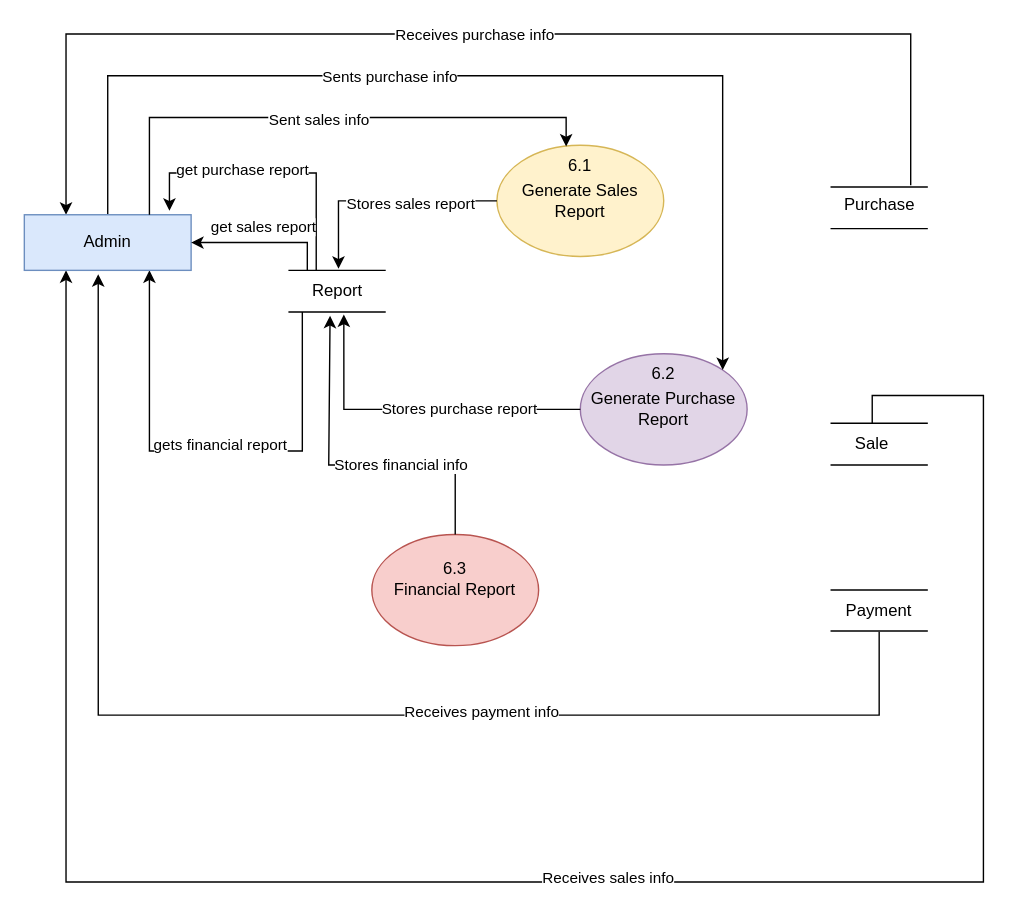
pawal-karki/DRAW.IO keeps this draw.io diagram as Report Generation Level 2.drawio. Above is the earlier version. Source tidied: cells renumbered, new cells numbered last; positions are measured from the earlier drawing's top-left corner, leaving out a move shared by most shapes. Both pictures are drawn from the tidied source at 139%, with x=0, y=0 at pixel (24, 33).
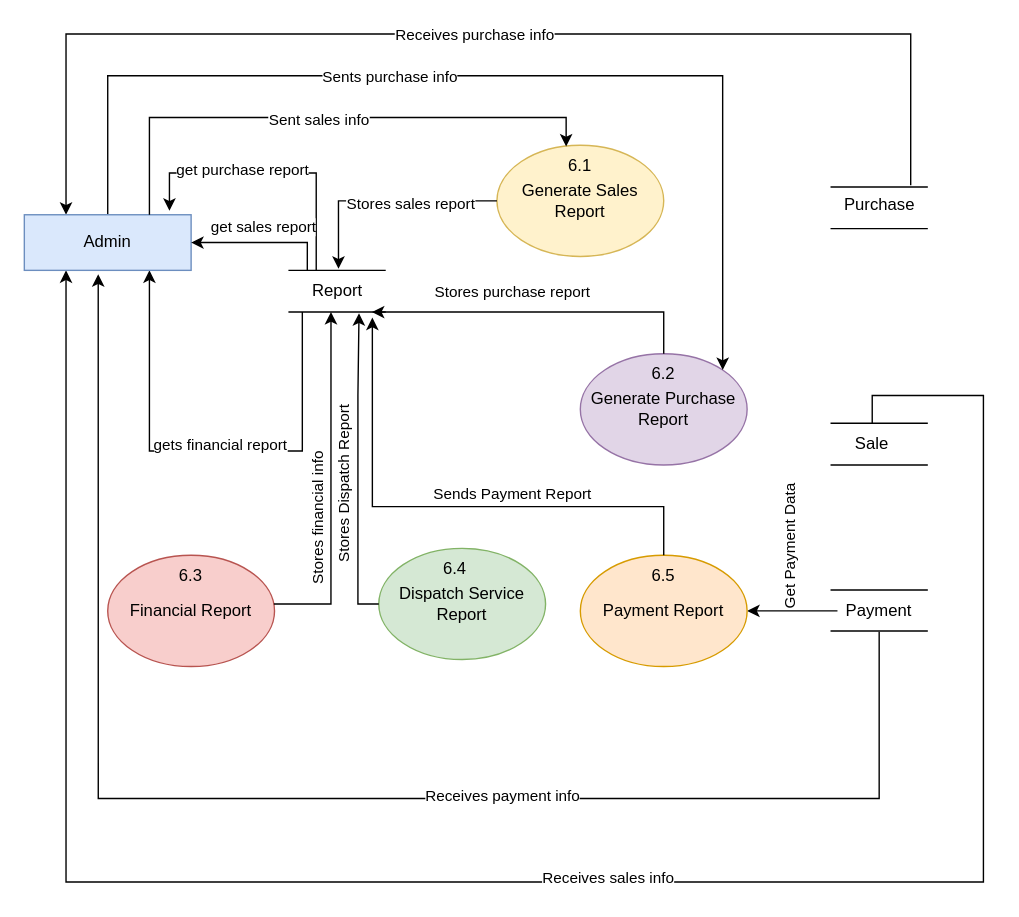
Above is the later version.

Unchanged cells that the change refers to:
```xml
<mxCell id="3" value="Generate Purchase Report" style="ellipse;whiteSpace=wrap;html=1;fillColor=#e1d5e7;strokeColor=#9673a6;" parent="1" vertex="1">
  <mxGeometry x="400" y="230" width="120" height="80" as="geometry" />
</mxCell>
<mxCell id="15" value="Report" style="text;html=1;align=center;verticalAlign=middle;points=[];strokeColor=none;fillColor=none;" parent="1" vertex="1">
  <mxGeometry x="195" y="170" width="60" height="30" as="geometry" />
</mxCell>
<mxCell id="22" value="Payment" style="text;html=1;align=center;verticalAlign=middle;whiteSpace=wrap;rounded=0;" parent="1" vertex="1">
  <mxGeometry x="585" y="400" width="60" height="30" as="geometry" />
</mxCell>
<mxCell id="27" value="Admin" style="rounded=0;whiteSpace=wrap;html=1;fillColor=#dae8fc;strokeColor=#6c8ebf;" parent="1" vertex="1">
  <mxGeometry y="130" width="120" height="40" as="geometry" />
</mxCell>
<mxCell id="41" value="6.2" style="text;html=1;align=center;verticalAlign=middle;whiteSpace=wrap;rounded=0;" parent="1" vertex="1">
  <mxGeometry x="430" y="230" width="60" height="30" as="geometry" />
</mxCell>
```

The edit, as a diff of the source:
```diff
@@
     <mxCell id="4" value="Financial Report" style="ellipse;whiteSpace=wrap;html=1;fillColor=#f8cecc;strokeColor=#b85450;" parent="1" vertex="1">
-      <mxGeometry x="250" y="360" width="120" height="80" as="geometry" />
+      <mxGeometry x="60" y="375" width="120" height="80" as="geometry" />
     </mxCell>
@@
+    <mxCell id="43" style="edgeStyle=orthogonalEdgeStyle;rounded=0;jettySize=auto;html=1;" parent="1" edge="1" source="22" target="50">
+      <mxGeometry relative="1" as="geometry" />
+    </mxCell>
+    <mxCell id="44" value="Get Payment Data" style="edgeLabel;html=1;align=center;verticalAlign=middle;rotation=-90;" parent="43" vertex="1">
+      <mxGeometry x="-0.22" y="1" relative="1" as="geometry">
+        <mxPoint x="-10" y="-46" as="offset" />
+      </mxGeometry>
+    </mxCell>
@@
     <mxCell id="23" style="edgeStyle=orthogonalEdgeStyle;rounded=0;jettySize=auto;html=1;exitX=0.5;exitY=1;exitDx=0;exitDy=0;entryX=0.443;entryY=1.069;entryDx=0;entryDy=0;entryPerimeter=0;" parent="1" edge="1" source="22" target="27">
       <mxGeometry relative="1" as="geometry">
         <Array as="points">
-          <mxPoint x="615" y="490" />
-          <mxPoint x="53" y="490" />
+          <mxPoint x="615" y="550" />
+          <mxPoint x="53" y="550" />
         </Array>
       </mxGeometry>
     </mxCell>
@@
-    <mxCell id="28" style="edgeStyle=orthogonalEdgeStyle;rounded=0;jettySize=auto;html=1;entryX=0.416;entryY=1.089;entryDx=0;entryDy=0;entryPerimeter=0;" parent="1" edge="1" source="4" target="15">
+    <mxCell id="28" style="edgeStyle=orthogonalEdgeStyle;rounded=0;jettySize=auto;html=1;entryX=0.427;entryY=0.998;entryDx=0;entryDy=0;entryPerimeter=0;" parent="1" edge="1" source="4" target="15">
       <mxGeometry relative="1" as="geometry">
         <Array as="points">
-          <mxPoint x="310" y="310" />
-          <mxPoint x="219" y="310" />
+          <mxPoint x="221" y="410" />
         </Array>
       </mxGeometry>
     </mxCell>
-    <mxCell id="29" value="Stores financial info" style="edgeLabel;html=1;align=center;verticalAlign=middle;rotation=0;" parent="28" vertex="1">
+    <mxCell id="29" value="Stores financial info" style="edgeLabel;html=1;align=center;verticalAlign=middle;rotation=-90;" parent="28" vertex="1">
       <mxGeometry x="0.24" y="-3" relative="1" as="geometry">
-        <mxPoint x="48" y="12" as="offset" />
+        <mxPoint x="-13" y="54" as="offset" />
       </mxGeometry>
     </mxCell>
-    <mxCell id="30" style="edgeStyle=orthogonalEdgeStyle;rounded=0;jettySize=auto;html=1;exitX=0;exitY=0.5;exitDx=0;exitDy=0;entryX=0.581;entryY=1.059;entryDx=0;entryDy=0;entryPerimeter=0;" parent="1" edge="1" source="3" target="15">
-      <mxGeometry relative="1" as="geometry" />
+    <mxCell id="30" style="edgeStyle=orthogonalEdgeStyle;rounded=0;jettySize=auto;html=1;exitX=0.5;exitY=0;exitDx=0;exitDy=0;entryX=0.917;entryY=1;entryDx=0;entryDy=0;entryPerimeter=0;" parent="1" edge="1" source="41" target="15">
+      <mxGeometry relative="1" as="geometry">
+        <Array as="points">
+          <mxPoint x="460" y="200" />
+        </Array>
+      </mxGeometry>
     </mxCell>
     <mxCell id="31" value="Stores purchase report" style="edgeLabel;html=1;align=center;verticalAlign=middle;" parent="30" vertex="1">
-      <mxGeometry x="-0.26" y="-1" relative="1" as="geometry" />
+      <mxGeometry x="-0.26" y="-1" relative="1" as="geometry">
+        <mxPoint x="-51" y="-14" as="offset" />
+      </mxGeometry>
     </mxCell>
@@
     <mxCell id="42" value="6.3" style="text;html=1;align=center;verticalAlign=middle;whiteSpace=wrap;rounded=0;" parent="1" vertex="1">
-      <mxGeometry x="280" y="370" width="60" height="30" as="geometry" />
+      <mxGeometry x="90" y="375" width="60" height="30" as="geometry" />
     </mxCell>
+    <mxCell id="45" style="edgeStyle=orthogonalEdgeStyle;rounded=0;orthogonalLoop=1;jettySize=auto;html=1;exitX=0.5;exitY=1;exitDx=0;exitDy=0;" parent="1" edge="1" source="42" target="42">
+      <mxGeometry relative="1" as="geometry" />
+    </mxCell>
+    <mxCell id="46" value="Dispatch Service Report" style="ellipse;whiteSpace=wrap;html=1;fillColor=#d5e8d4;strokeColor=#82b366;" parent="1" vertex="1">
+      <mxGeometry x="255" y="370" width="120" height="80" as="geometry" />
+    </mxCell>
+    <mxCell id="47" style="edgeStyle=orthogonalEdgeStyle;rounded=0;jettySize=auto;html=1;entryX=0.763;entryY=1.027;entryDx=0;entryDy=0;entryPerimeter=0;" parent="1" edge="1" source="46" target="15">
+      <mxGeometry relative="1" as="geometry">
+        <Array as="points">
+          <mxPoint x="240" y="260" />
+          <mxPoint x="240" y="260" />
+        </Array>
+      </mxGeometry>
+    </mxCell>
+    <mxCell id="48" value="Stores Dispatch Report" style="edgeLabel;html=1;align=center;verticalAlign=middle;rotation=-90;" parent="47" vertex="1">
+      <mxGeometry x="-0.64" relative="1" as="geometry">
+        <mxPoint x="-11" y="-60" as="offset" />
+      </mxGeometry>
+    </mxCell>
+    <mxCell id="49" value="6.4" style="text;html=1;align=center;verticalAlign=middle;whiteSpace=wrap;rounded=0;" parent="1" vertex="1">
+      <mxGeometry x="280" y="370" width="60" height="30" as="geometry" />
+    </mxCell>
+    <mxCell id="50" value="Payment Report" style="ellipse;whiteSpace=wrap;html=1;fillColor=#ffe6cc;strokeColor=#d79b00;" parent="1" vertex="1">
+      <mxGeometry x="400" y="375" width="120" height="80" as="geometry" />
+    </mxCell>
+    <mxCell id="51" value="6.5" style="text;html=1;align=center;verticalAlign=middle;whiteSpace=wrap;rounded=0;" parent="1" vertex="1">
+      <mxGeometry x="430" y="375" width="60" height="30" as="geometry" />
+    </mxCell>
+    <mxCell id="52" style="edgeStyle=orthogonalEdgeStyle;rounded=0;jettySize=auto;html=1;entryX=0.923;entryY=1.133;entryDx=0;entryDy=0;entryPerimeter=0;" parent="1" edge="1" source="50" target="15">
+      <mxGeometry relative="1" as="geometry">
+        <Array as="points">
+          <mxPoint x="460" y="340" />
+          <mxPoint x="250" y="340" />
+        </Array>
+      </mxGeometry>
+    </mxCell>
+    <mxCell id="53" value="Sends Payment Report" style="edgeLabel;html=1;align=center;verticalAlign=middle;" parent="52" vertex="1">
+      <mxGeometry x="-0.24" y="2" relative="1" as="geometry">
+        <mxPoint y="-12" as="offset" />
+      </mxGeometry>
+    </mxCell>
```
